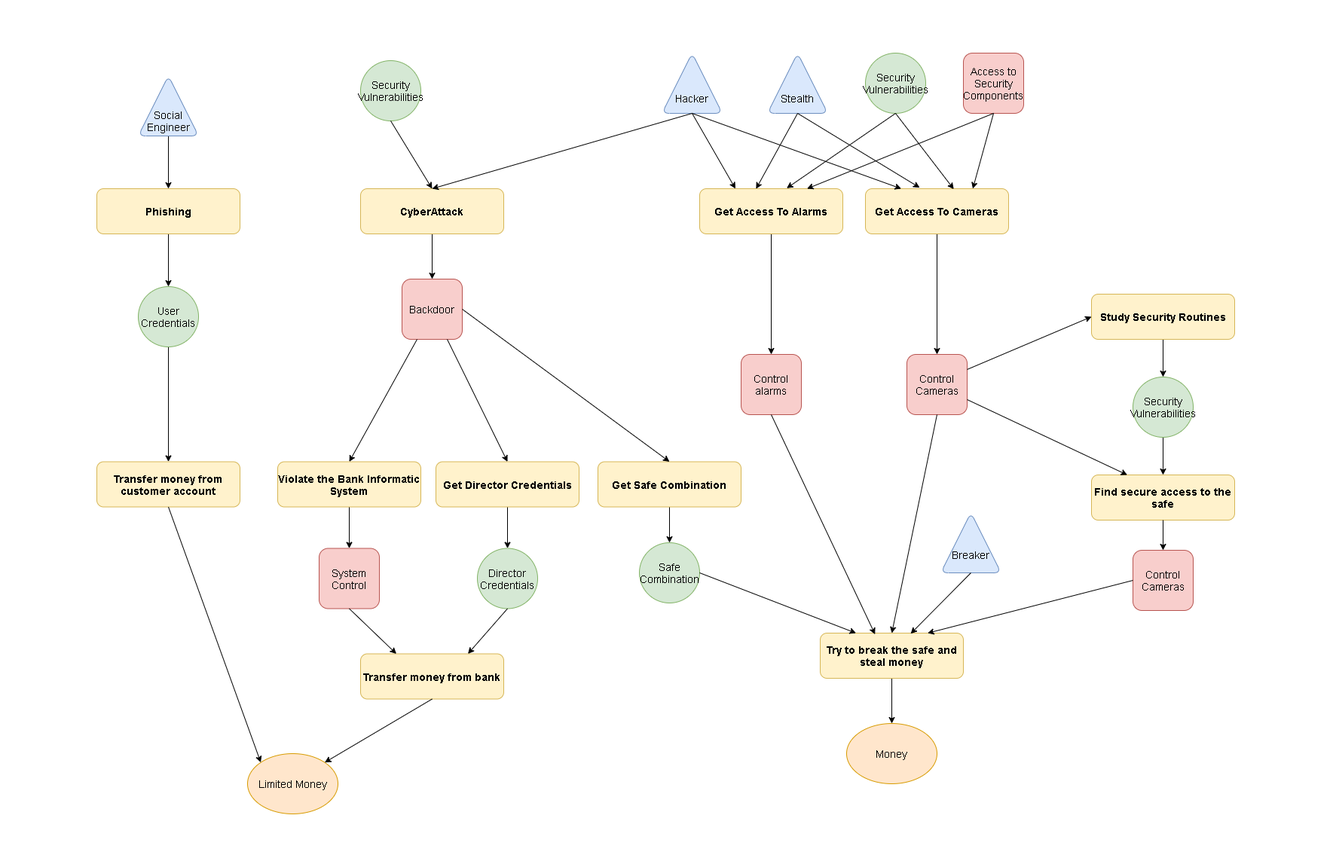
Above: documentazione/AttaccoInformatico.png in BarsantiNicola/BankRobbery (draw.io), before the change. Source tidied: cells renumbered, new cells last; positions are measured from the earlier drawing's top-left corner, leaving out a move shared by most shapes.
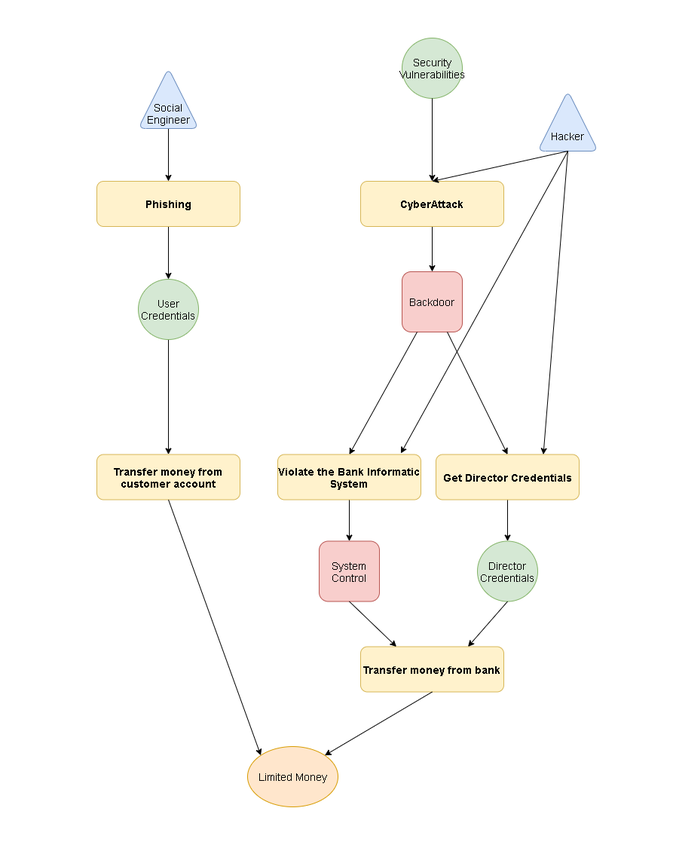
The same file after the commit.

Diff of the diagram source:
```diff
@@ -2,132 +2,18 @@
   <root>
     <mxCell id="0" />
     <mxCell id="1" parent="0" />
-    <mxCell id="2" style="triangle;whiteSpace=wrap;html=1;direction=north;fillColor=#dae8fc;strokeColor=#6c8ebf;rounded=1;" parent="1" vertex="1">
-      <mxGeometry x="878" y="70" width="80" height="80" as="geometry" />
-    </mxCell>
-    <mxCell id="3" style="triangle;whiteSpace=wrap;html=1;direction=north;fillColor=#dae8fc;strokeColor=#6c8ebf;rounded=1;" parent="1" vertex="1">
-      <mxGeometry x="1018" y="70" width="80" height="80" as="geometry" />
-    </mxCell>
-    <mxCell id="4" value="&lt;font style=&quot;font-size: 9px&quot;&gt;Security Vulnerabilities&lt;/font&gt;" style="ellipse;whiteSpace=wrap;html=1;rounded=1;fillColor=#d5e8d4;strokeColor=#82b366;" parent="1" vertex="1">
-      <mxGeometry x="1148" y="70" width="80" height="80" as="geometry" />
-    </mxCell>
-    <mxCell id="5" value="Access to Security Components" style="whiteSpace=wrap;html=1;rounded=1;fillColor=#f8cecc;strokeColor=#b85450;" parent="1" vertex="1">
-      <mxGeometry x="1278" y="70" width="80" height="80" as="geometry" />
-    </mxCell>
-    <mxCell id="6" style="edgeStyle=orthogonalEdgeStyle;rounded=0;jettySize=auto;html=1;exitX=0.5;exitY=1;exitDx=0;exitDy=0;entryX=0.5;entryY=0;entryDx=0;entryDy=0;strokeWidth=1;fontSize=8;" parent="1" edge="1" source="7" target="21">
-      <mxGeometry relative="1" as="geometry" />
-    </mxCell>
-    <mxCell id="7" value="&lt;b&gt;Get Access To Cameras&lt;/b&gt;" style="rounded=1;whiteSpace=wrap;html=1;fillColor=#fff2cc;strokeColor=#d6b656;" parent="1" vertex="1">
-      <mxGeometry x="1148" y="250" width="190" height="60" as="geometry" />
-    </mxCell>
-    <mxCell id="8" style="edgeStyle=orthogonalEdgeStyle;rounded=0;jettySize=auto;html=1;exitX=0.5;exitY=1;exitDx=0;exitDy=0;entryX=0.5;entryY=0;entryDx=0;entryDy=0;strokeWidth=1;fontSize=8;" parent="1" edge="1" source="9" target="20">
-      <mxGeometry relative="1" as="geometry" />
-    </mxCell>
-    <mxCell id="9" value="&lt;b&gt;Get Access To Alarms&lt;/b&gt;" style="rounded=1;whiteSpace=wrap;html=1;fillColor=#fff2cc;strokeColor=#d6b656;" parent="1" vertex="1">
-      <mxGeometry x="928" y="250" width="190" height="60" as="geometry" />
-    </mxCell>
-    <mxCell id="10" style="endArrow=classic;html=1;exitX=0;exitY=0.5;exitDx=0;exitDy=0;entryX=0.25;entryY=0;entryDx=0;entryDy=0;" parent="1" edge="1" source="2" target="9">
-      <mxGeometry relative="1" as="geometry" />
-    </mxCell>
-    <mxCell id="11" style="endArrow=classic;html=1;exitX=0;exitY=0.5;exitDx=0;exitDy=0;entryX=0.394;entryY=0.003;entryDx=0;entryDy=0;entryPerimeter=0;" parent="1" edge="1" source="3" target="9">
-      <mxGeometry relative="1" as="geometry" />
-    </mxCell>
-    <mxCell id="12" style="endArrow=classic;html=1;exitX=0.5;exitY=1;exitDx=0;exitDy=0;entryX=0.608;entryY=-0.01;entryDx=0;entryDy=0;entryPerimeter=0;" parent="1" edge="1" source="4" target="9">
-      <mxGeometry relative="1" as="geometry" />
-    </mxCell>
-    <mxCell id="13" style="endArrow=classic;html=1;exitX=0.5;exitY=1;exitDx=0;exitDy=0;entryX=0.75;entryY=0;entryDx=0;entryDy=0;" parent="1" edge="1" source="5" target="9">
-      <mxGeometry relative="1" as="geometry" />
-    </mxCell>
-    <mxCell id="14" style="endArrow=classic;html=1;exitX=0.5;exitY=1;exitDx=0;exitDy=0;entryX=0.75;entryY=0;entryDx=0;entryDy=0;" parent="1" edge="1" source="5" target="7">
-      <mxGeometry relative="1" as="geometry" />
-    </mxCell>
-    <mxCell id="15" style="endArrow=classic;html=1;exitX=0.5;exitY=1;exitDx=0;exitDy=0;entryX=0.617;entryY=0.01;entryDx=0;entryDy=0;entryPerimeter=0;" parent="1" edge="1" source="4" target="7">
-      <mxGeometry relative="1" as="geometry" />
-    </mxCell>
-    <mxCell id="16" style="endArrow=classic;html=1;exitX=0;exitY=0.5;exitDx=0;exitDy=0;entryX=0.379;entryY=-0.023;entryDx=0;entryDy=0;entryPerimeter=0;" parent="1" edge="1" source="3" target="7">
-      <mxGeometry relative="1" as="geometry" />
-    </mxCell>
-    <mxCell id="17" style="endArrow=classic;html=1;exitX=0;exitY=0.5;exitDx=0;exitDy=0;entryX=0.25;entryY=0;entryDx=0;entryDy=0;" parent="1" edge="1" source="2" target="7">
-      <mxGeometry relative="1" as="geometry" />
-    </mxCell>
-    <mxCell id="18" value="Hacker" style="text;html=1;strokeColor=none;fillColor=none;align=center;verticalAlign=middle;whiteSpace=wrap;rounded=0;" parent="1" vertex="1">
-      <mxGeometry x="878" y="120" width="80" height="20" as="geometry" />
-    </mxCell>
-    <mxCell id="19" value="Stealth" style="text;html=1;strokeColor=none;fillColor=none;align=center;verticalAlign=middle;whiteSpace=wrap;rounded=0;" parent="1" vertex="1">
-      <mxGeometry x="1038" y="120" width="40" height="20" as="geometry" />
-    </mxCell>
-    <mxCell id="20" value="Control&lt;br&gt;alarms" style="whiteSpace=wrap;html=1;rounded=1;fillColor=#f8cecc;strokeColor=#b85450;" parent="1" vertex="1">
-      <mxGeometry x="983" y="470" width="80" height="80" as="geometry" />
-    </mxCell>
-    <mxCell id="21" value="Control Cameras" style="whiteSpace=wrap;html=1;rounded=1;fillColor=#f8cecc;strokeColor=#b85450;" parent="1" vertex="1">
-      <mxGeometry x="1203" y="470" width="80" height="80" as="geometry" />
-    </mxCell>
-    <mxCell id="22" style="edgeStyle=orthogonalEdgeStyle;rounded=0;jettySize=auto;html=1;exitX=0.5;exitY=1;exitDx=0;exitDy=0;entryX=0.5;entryY=0;entryDx=0;entryDy=0;strokeWidth=1;fontSize=8;" parent="1" edge="1" source="23" target="25">
-      <mxGeometry relative="1" as="geometry" />
-    </mxCell>
-    <mxCell id="23" value="&lt;b&gt;Study Security Routines&lt;/b&gt;" style="rounded=1;whiteSpace=wrap;html=1;fillColor=#fff2cc;strokeColor=#d6b656;" parent="1" vertex="1">
-      <mxGeometry x="1448" y="390" width="190" height="60" as="geometry" />
-    </mxCell>
-    <mxCell id="24" style="edgeStyle=orthogonalEdgeStyle;rounded=0;jettySize=auto;html=1;exitX=0.5;exitY=1;exitDx=0;exitDy=0;entryX=0.5;entryY=0;entryDx=0;entryDy=0;strokeWidth=1;fontSize=8;" parent="1" edge="1" source="25" target="26">
-      <mxGeometry relative="1" as="geometry" />
-    </mxCell>
-    <mxCell id="25" value="&lt;font style=&quot;font-size: 9px&quot;&gt;Security Vulnerabilities&lt;/font&gt;" style="ellipse;whiteSpace=wrap;html=1;rounded=1;fillColor=#d5e8d4;strokeColor=#82b366;" parent="1" vertex="1">
-      <mxGeometry x="1503" y="500" width="80" height="80" as="geometry" />
-    </mxCell>
-    <mxCell id="26" value="&lt;b&gt;Find secure access to the safe&lt;/b&gt;" style="rounded=1;whiteSpace=wrap;html=1;fillColor=#fff2cc;strokeColor=#d6b656;" parent="1" vertex="1">
-      <mxGeometry x="1448" y="630" width="190" height="60" as="geometry" />
-    </mxCell>
-    <mxCell id="27" value="Control Cameras" style="whiteSpace=wrap;html=1;rounded=1;fillColor=#f8cecc;strokeColor=#b85450;" parent="1" vertex="1">
-      <mxGeometry x="1503" y="730" width="80" height="80" as="geometry" />
-    </mxCell>
-    <mxCell id="28" style="edgeStyle=orthogonalEdgeStyle;rounded=0;jettySize=auto;html=1;exitX=0.5;exitY=1;exitDx=0;exitDy=0;entryX=0.5;entryY=0;entryDx=0;entryDy=0;strokeWidth=1;fontSize=8;" parent="1" edge="1" source="29" target="30">
-      <mxGeometry relative="1" as="geometry" />
-    </mxCell>
-    <mxCell id="29" value="&lt;b&gt;Try to break the safe and steal money&lt;/b&gt;" style="rounded=1;whiteSpace=wrap;html=1;fillColor=#fff2cc;strokeColor=#d6b656;" parent="1" vertex="1">
-      <mxGeometry x="1088" y="840" width="190" height="60" as="geometry" />
-    </mxCell>
-    <mxCell id="30" value="Money" style="ellipse;whiteSpace=wrap;html=1;rounded=1;fontSize=8;fillColor=#ffe6cc;strokeColor=#d79b00;" parent="1" vertex="1">
-      <mxGeometry x="1123" y="960" width="120" height="80" as="geometry" />
-    </mxCell>
-    <mxCell id="31" style="endArrow=classic;html=1;strokeWidth=1;fontSize=8;exitX=0.5;exitY=1;exitDx=0;exitDy=0;entryX=0.5;entryY=0;entryDx=0;entryDy=0;" parent="1" edge="1" source="26" target="27">
-      <mxGeometry relative="1" as="geometry" />
-    </mxCell>
-    <mxCell id="32" style="endArrow=classic;html=1;strokeWidth=1;fontSize=8;exitX=0;exitY=0.5;exitDx=0;exitDy=0;entryX=0.75;entryY=0;entryDx=0;entryDy=0;" parent="1" edge="1" source="27" target="29">
-      <mxGeometry relative="1" as="geometry" />
-    </mxCell>
-    <mxCell id="33" style="endArrow=classic;html=1;strokeWidth=1;fontSize=8;exitX=0.5;exitY=1;exitDx=0;exitDy=0;entryX=0.5;entryY=0;entryDx=0;entryDy=0;" parent="1" edge="1" source="21" target="29">
-      <mxGeometry relative="1" as="geometry" />
-    </mxCell>
-    <mxCell id="34" style="endArrow=classic;html=1;strokeWidth=1;fontSize=8;exitX=0.5;exitY=1;exitDx=0;exitDy=0;entryX=0.383;entryY=0.027;entryDx=0;entryDy=0;entryPerimeter=0;" parent="1" edge="1" source="20" target="29">
-      <mxGeometry relative="1" as="geometry" />
-    </mxCell>
-    <mxCell id="35" style="endArrow=classic;html=1;strokeWidth=1;fontSize=8;exitX=1;exitY=0.75;exitDx=0;exitDy=0;entryX=0.25;entryY=0;entryDx=0;entryDy=0;" parent="1" edge="1" source="21" target="26">
-      <mxGeometry relative="1" as="geometry" />
-    </mxCell>
-    <mxCell id="36" style="endArrow=classic;html=1;strokeWidth=1;fontSize=8;exitX=1;exitY=0.25;exitDx=0;exitDy=0;entryX=0;entryY=0.5;entryDx=0;entryDy=0;" parent="1" edge="1" source="21" target="23">
-      <mxGeometry relative="1" as="geometry" />
-    </mxCell>
-    <mxCell id="37" value="&lt;br&gt;&lt;br&gt;Breaker" style="triangle;whiteSpace=wrap;html=1;direction=north;fillColor=#dae8fc;strokeColor=#6c8ebf;rounded=1;" parent="1" vertex="1">
-      <mxGeometry x="1248" y="680" width="80" height="80" as="geometry" />
-    </mxCell>
-    <mxCell id="38" style="endArrow=classic;html=1;strokeWidth=1;fontSize=8;exitX=0;exitY=0.5;exitDx=0;exitDy=0;entryX=0.632;entryY=0.013;entryDx=0;entryDy=0;entryPerimeter=0;" parent="1" edge="1" source="37" target="29">
-      <mxGeometry relative="1" as="geometry" />
-    </mxCell>
-    <mxCell id="39" style="rounded=0;whiteSpace=wrap;html=1;fontSize=8;strokeColor=none;" parent="1" vertex="1">
-      <mxGeometry x="1123" y="1050" width="120" height="60" as="geometry" />
-    </mxCell>
-    <mxCell id="40" style="rounded=0;whiteSpace=wrap;html=1;fontSize=8;strokeColor=none;" parent="1" vertex="1">
-      <mxGeometry x="1648" y="585" width="120" height="60" as="geometry" />
-    </mxCell>
-    <mxCell id="41" style="rounded=0;whiteSpace=wrap;html=1;fontSize=8;strokeColor=none;" parent="1" vertex="1">
-      <mxGeometry x="1158" width="120" height="60" as="geometry" />
-    </mxCell>
     <mxCell id="42" style="edgeStyle=orthogonalEdgeStyle;rounded=0;jettySize=auto;html=1;exitX=0.5;exitY=1;exitDx=0;exitDy=0;entryX=0.5;entryY=0;entryDx=0;entryDy=0;strokeWidth=1;fontSize=8;" parent="1" edge="1" source="43" target="47">
       <mxGeometry relative="1" as="geometry" />
     </mxCell>
     <mxCell id="43" value="&lt;b&gt;CyberAttack&lt;/b&gt;" style="rounded=1;whiteSpace=wrap;html=1;fillColor=#fff2cc;strokeColor=#d6b656;" parent="1" vertex="1">
       <mxGeometry x="478" y="250" width="190" height="60" as="geometry" />
     </mxCell>
+    <mxCell id="78" style="triangle;whiteSpace=wrap;html=1;direction=north;fillColor=#dae8fc;strokeColor=#6c8ebf;rounded=1;" parent="1" vertex="1">
+      <mxGeometry x="713" y="130" width="80" height="80" as="geometry" />
+    </mxCell>
+    <mxCell id="18" value="Hacker" style="text;html=1;strokeColor=none;fillColor=none;align=center;verticalAlign=middle;whiteSpace=wrap;rounded=0;" parent="1" vertex="1">
+      <mxGeometry x="713" y="180" width="80" height="20" as="geometry" />
+    </mxCell>
     <mxCell id="44" style="edgeStyle=orthogonalEdgeStyle;rounded=0;jettySize=auto;html=1;exitX=0;exitY=0.5;exitDx=0;exitDy=0;entryX=0.5;entryY=0;entryDx=0;entryDy=0;strokeWidth=1;fontSize=8;" parent="1" edge="1" source="45" target="53">
       <mxGeometry relative="1" as="geometry" />
     </mxCell>
@@ -197,27 +83,18 @@
     <mxCell id="66" style="endArrow=classic;html=1;strokeWidth=1;fontSize=8;entryX=0;entryY=0;entryDx=0;entryDy=0;exitX=0.5;exitY=1;exitDx=0;exitDy=0;" parent="1" edge="1" source="58" target="60">
       <mxGeometry relative="1" as="geometry" />
     </mxCell>
-    <mxCell id="67" value="&lt;font style=&quot;font-size: 9px&quot;&gt;Security Vulnerabilities&lt;/font&gt;" style="ellipse;whiteSpace=wrap;html=1;rounded=1;fillColor=#d5e8d4;strokeColor=#82b366;" parent="1" vertex="1">
-      <mxGeometry x="478" y="80" width="80" height="80" as="geometry" />
-    </mxCell>
-    <mxCell id="68" style="endArrow=classic;html=1;strokeWidth=1;fontSize=8;exitX=0;exitY=0.5;exitDx=0;exitDy=0;entryX=0.5;entryY=0;entryDx=0;entryDy=0;" parent="1" edge="1" source="2" target="43">
-      <mxGeometry relative="1" as="geometry" />
-    </mxCell>
-    <mxCell id="69" style="endArrow=classic;html=1;strokeWidth=1;fontSize=8;exitX=0.5;exitY=1;exitDx=0;exitDy=0;entryX=0.5;entryY=0;entryDx=0;entryDy=0;" parent="1" edge="1" source="67" target="43">
-      <mxGeometry relative="1" as="geometry" />
-    </mxCell>
-    <mxCell id="70" style="edgeStyle=orthogonalEdgeStyle;rounded=0;jettySize=auto;html=1;exitX=0.5;exitY=1;exitDx=0;exitDy=0;entryX=0.5;entryY=0;entryDx=0;entryDy=0;strokeWidth=1;fontSize=8;" parent="1" edge="1" source="71" target="72">
-      <mxGeometry relative="1" as="geometry" />
-    </mxCell>
-    <mxCell id="71" value="&lt;b&gt;Get Safe Combination&lt;/b&gt;" style="rounded=1;whiteSpace=wrap;html=1;fillColor=#fff2cc;strokeColor=#d6b656;" parent="1" vertex="1">
-      <mxGeometry x="793" y="612.5" width="190" height="60" as="geometry" />
-    </mxCell>
-    <mxCell id="72" value="&lt;font style=&quot;font-size: 9px&quot;&gt;Safe&lt;br&gt;Combination&lt;br&gt;&lt;/font&gt;" style="ellipse;whiteSpace=wrap;html=1;rounded=1;fillColor=#d5e8d4;strokeColor=#82b366;" parent="1" vertex="1">
-      <mxGeometry x="848" y="720" width="80" height="80" as="geometry" />
-    </mxCell>
-    <mxCell id="73" style="endArrow=classic;html=1;strokeWidth=1;fontSize=8;exitX=1;exitY=0.5;exitDx=0;exitDy=0;entryX=0.25;entryY=0;entryDx=0;entryDy=0;" parent="1" edge="1" source="72" target="29">
-      <mxGeometry relative="1" as="geometry" />
-    </mxCell>
+    <mxCell id="79" value="&lt;font style=&quot;font-size: 9px&quot;&gt;Security Vulnerabilities&lt;/font&gt;" style="ellipse;whiteSpace=wrap;html=1;rounded=1;fillColor=#d5e8d4;strokeColor=#82b366;" parent="1" vertex="1">
+      <mxGeometry x="533" y="60" width="80" height="80" as="geometry" />
+    </mxCell>
+    <mxCell id="80" style="endArrow=classic;html=1;strokeWidth=1;fontSize=8;exitX=0;exitY=0.5;exitDx=0;exitDy=0;entryX=0.5;entryY=0;entryDx=0;entryDy=0;" parent="1" edge="1" source="78" target="43">
+      <mxGeometry relative="1" as="geometry" />
+    </mxCell>
+    <mxCell id="81" style="endArrow=classic;html=1;strokeWidth=1;fontSize=8;exitX=0.5;exitY=1;exitDx=0;exitDy=0;entryX=0.5;entryY=0;entryDx=0;entryDy=0;" parent="1" edge="1" source="79" target="43">
+      <mxGeometry relative="1" as="geometry" />
+    </mxCell>
+    <mxCell id="82" style="rounded=0;whiteSpace=wrap;html=1;fontSize=8;strokeColor=none;" parent="1" vertex="1">
+      <mxGeometry x="772" y="615" width="120" height="60" as="geometry" />
+    </mxCell>
     <mxCell id="74" style="rounded=0;whiteSpace=wrap;html=1;fontSize=8;strokeColor=none;" parent="1" vertex="1">
       <mxGeometry y="250" width="120" height="60" as="geometry" />
     </mxCell>
@@ -227,8 +104,11 @@
     <mxCell id="76" style="rounded=0;whiteSpace=wrap;html=1;fontSize=8;strokeColor=none;" parent="1" vertex="1">
       <mxGeometry x="348" y="1090" width="120" height="60" as="geometry" />
     </mxCell>
-    <mxCell id="77" style="endArrow=classic;html=1;strokeWidth=1;fontSize=8;exitX=1;exitY=0.5;exitDx=0;exitDy=0;entryX=0.5;entryY=0;entryDx=0;entryDy=0;" parent="1" edge="1" source="47" target="71">
-      <mxGeometry relative="1" as="geometry" />
-    </mxCell>
+    <mxCell id="83" style="endArrow=classic;html=1;exitX=0;exitY=0.5;exitDx=0;exitDy=0;entryX=0.86;entryY=-0.025;entryDx=0;entryDy=0;entryPerimeter=0;" parent="1" edge="1" source="78" target="49">
+      <mxGeometry relative="1" as="geometry" />
+    </mxCell>
+    <mxCell id="84" style="endArrow=classic;html=1;exitX=0;exitY=0.5;exitDx=0;exitDy=0;entryX=0.75;entryY=0;entryDx=0;entryDy=0;" parent="1" edge="1" source="78" target="51">
+      <mxGeometry relative="1" as="geometry" />
+    </mxCell>
   </root>
 </mxGraphModel>
```
